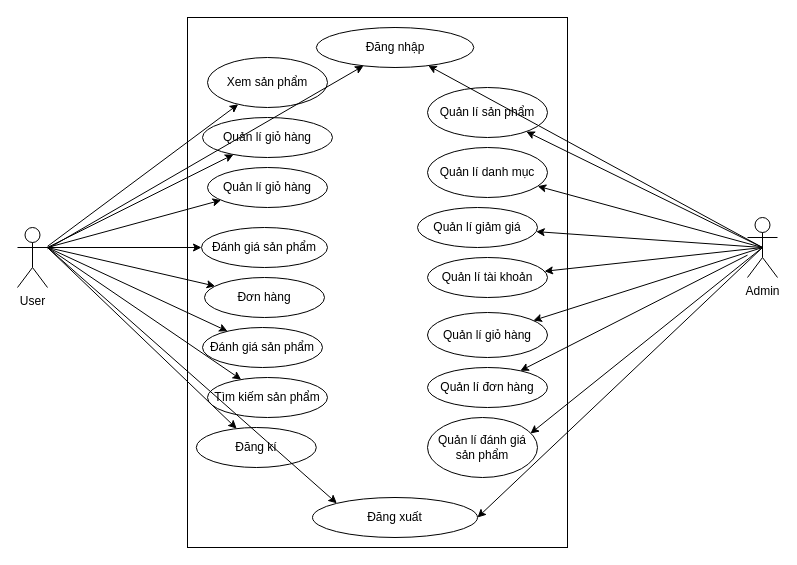
antrc2/Project-1 keeps this draw.io diagram as Untitled Diagram.drawio. Above is the earlier version. Source tidied: cells renumbered, new cells numbered last; positions are measured from the earlier drawing's top-left corner, leaving out a move shared by most shapes. Both pictures are drawn from the tidied source at 100%, with x=0, y=0 at pixel (17, 17).
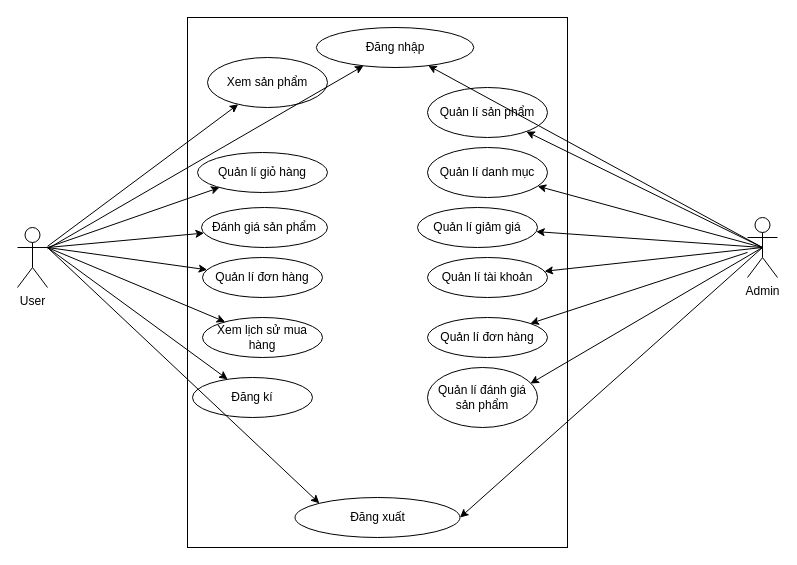
The same page after the edit.

The change refers to these unchanged cells:
```xml
<mxCell id="4" value="Admin" style="shape=umlActor;verticalLabelPosition=bottom;verticalAlign=top;html=1;outlineConnect=0;" parent="1" vertex="1">
  <mxGeometry x="730" y="200" width="30" height="60" as="geometry" />
</mxCell>
```

Diff of the diagram source:
```diff
@@
     <mxCell id="6" value="Đăng xuất" style="ellipse;whiteSpace=wrap;html=1;" parent="1" vertex="1">
-      <mxGeometry x="295" y="480" width="165" height="40" as="geometry" />
+      <mxGeometry x="277.5" y="480" width="165" height="40" as="geometry" />
     </mxCell>
@@
     <mxCell id="9" value="Quản lí giỏ hàng" style="ellipse;whiteSpace=wrap;html=1;" parent="1" vertex="1">
-      <mxGeometry x="185" y="100" width="130" height="40" as="geometry" />
+      <mxGeometry x="180" y="135" width="130" height="40" as="geometry" />
     </mxCell>
     <mxCell id="10" value="Đánh giá sản phẩm" style="ellipse;whiteSpace=wrap;html=1;" parent="1" vertex="1">
-      <mxGeometry x="184" y="210" width="126" height="40" as="geometry" />
+      <mxGeometry x="184" y="190" width="126" height="40" as="geometry" />
     </mxCell>
@@
-    <mxCell id="14" value="Quản lí giỏ hàng" style="ellipse;whiteSpace=wrap;html=1;" parent="1" vertex="1">
-      <mxGeometry x="410" y="295" width="120" height="45" as="geometry" />
-    </mxCell>
     <mxCell id="15" value="Quản lí đơn hàng" style="ellipse;whiteSpace=wrap;html=1;" parent="1" vertex="1">
-      <mxGeometry x="410" y="350" width="120" height="40" as="geometry" />
+      <mxGeometry x="410" y="300" width="120" height="40" as="geometry" />
     </mxCell>
-    <mxCell id="16" value="Quản lí giỏ hàng" style="ellipse;whiteSpace=wrap;html=1;" parent="1" vertex="1">
-      <mxGeometry x="190" y="150" width="120" height="40" as="geometry" />
-    </mxCell>
-    <mxCell id="17" value="Đơn hàng" style="ellipse;whiteSpace=wrap;html=1;" parent="1" vertex="1">
-      <mxGeometry x="187" y="260" width="120" height="40" as="geometry" />
+    <mxCell id="17" value="Quản lí đơn hàng" style="ellipse;whiteSpace=wrap;html=1;" parent="1" vertex="1">
+      <mxGeometry x="185" y="240" width="120" height="40" as="geometry" />
     </mxCell>
-    <mxCell id="18" value="Đánh giá sản phẩm" style="ellipse;whiteSpace=wrap;html=1;" parent="1" vertex="1">
-      <mxGeometry x="185" y="310" width="120" height="40" as="geometry" />
-    </mxCell>
     <mxCell id="19" value="Quản lí đánh giá sản phẩm" style="ellipse;whiteSpace=wrap;html=1;" parent="1" vertex="1">
-      <mxGeometry x="410" y="400" width="110" height="60" as="geometry" />
+      <mxGeometry x="410" y="350" width="110" height="60" as="geometry" />
     </mxCell>
-    <mxCell id="20" value="Tìm kiếm sản phẩm" style="ellipse;whiteSpace=wrap;html=1;" parent="1" vertex="1">
-      <mxGeometry x="190" y="360" width="120" height="40" as="geometry" />
+    <mxCell id="20" value="Xem lịch sử mua hàng" style="ellipse;whiteSpace=wrap;html=1;" parent="1" vertex="1">
+      <mxGeometry x="185" y="300" width="120" height="40" as="geometry" />
     </mxCell>
@@
-    <mxCell id="24" style="endArrow=classic;html=1;rounded=0;" parent="1" edge="1" target="16">
-      <mxGeometry relative="1" as="geometry">
-        <mxPoint x="30" y="230" as="sourcePoint" />
-      </mxGeometry>
-    </mxCell>
@@
-    <mxCell id="27" style="endArrow=classic;html=1;rounded=0;" parent="1" edge="1" target="18">
-      <mxGeometry relative="1" as="geometry">
-        <mxPoint x="30" y="230" as="sourcePoint" />
-      </mxGeometry>
-    </mxCell>
@@
     <mxCell id="29" value="Đăng kí" style="ellipse;whiteSpace=wrap;html=1;" parent="1" vertex="1">
-      <mxGeometry x="178.8" y="410" width="120" height="40" as="geometry" />
+      <mxGeometry x="175" y="360" width="120" height="40" as="geometry" />
     </mxCell>
@@
-    <mxCell id="37" style="endArrow=classic;html=1;rounded=0;exitX=0.5;exitY=0.5;exitDx=0;exitDy=0;exitPerimeter=0;" parent="1" edge="1" source="4" target="14">
-      <mxGeometry relative="1" as="geometry" />
-    </mxCell>
```
